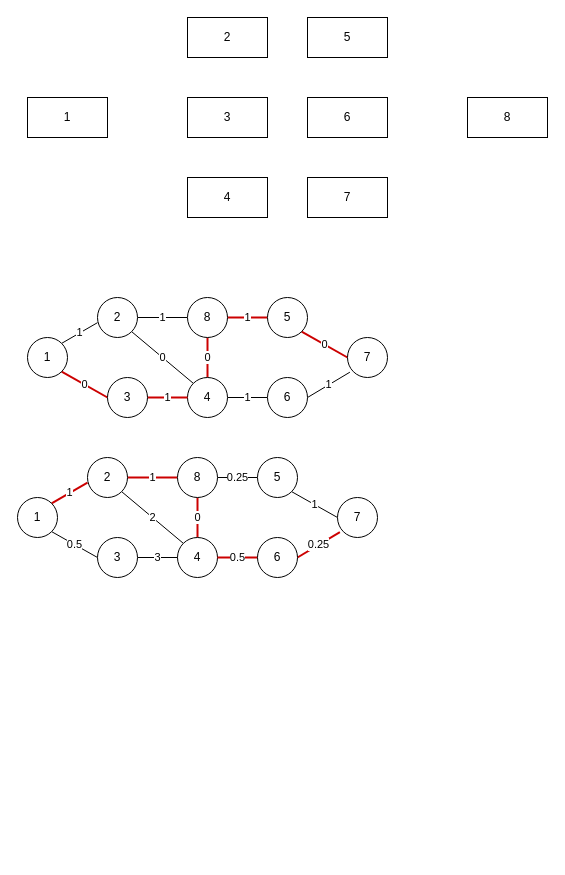
This is graph/ribs.drawio from Igorok/algorithms-js, a draw.io file, before an edit. Source tidied: cells renumbered, new cells numbered last; positions are measured from the earlier drawing's top-left corner, leaving out a move shared by most shapes. Both pictures are drawn from the tidied source at 100%, with x=0, y=0 at pixel (17, 17).
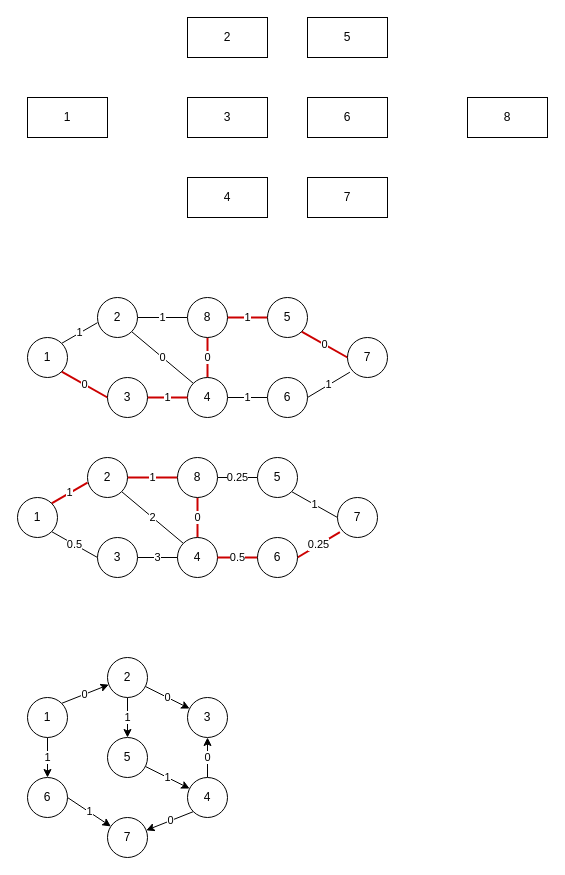
Above is the later version.

The edit, as a diff of the source:
```diff
@@
+    <mxCell id="47" value="0" style="edgeStyle=none;html=1;exitX=1;exitY=0;exitDx=0;exitDy=0;" parent="1" edge="1" source="49" target="55">
+      <mxGeometry relative="1" as="geometry" />
+    </mxCell>
+    <mxCell id="48" value="1" style="edgeStyle=none;html=1;exitX=0.5;exitY=1;exitDx=0;exitDy=0;" parent="1" edge="1" source="49" target="59">
+      <mxGeometry relative="1" as="geometry" />
+    </mxCell>
+    <mxCell id="49" value="1" style="ellipse;whiteSpace=wrap;html=1;" parent="1" vertex="1">
+      <mxGeometry x="10" y="680" width="40" height="40" as="geometry" />
+    </mxCell>
+    <mxCell id="50" value="0" style="edgeStyle=none;html=1;exitX=0.5;exitY=0;exitDx=0;exitDy=0;entryX=0.5;entryY=1;entryDx=0;entryDy=0;" parent="1" edge="1" source="52" target="61">
+      <mxGeometry relative="1" as="geometry" />
+    </mxCell>
+    <mxCell id="51" value="0" style="edgeStyle=none;html=1;exitX=0;exitY=1;exitDx=0;exitDy=0;" parent="1" edge="1" source="52" target="60">
+      <mxGeometry relative="1" as="geometry" />
+    </mxCell>
+    <mxCell id="52" value="4" style="ellipse;whiteSpace=wrap;html=1;" parent="1" vertex="1">
+      <mxGeometry x="170" y="760" width="40" height="40" as="geometry" />
+    </mxCell>
+    <mxCell id="53" value="1" style="edgeStyle=none;html=1;" parent="1" edge="1" source="55" target="57">
+      <mxGeometry relative="1" as="geometry" />
+    </mxCell>
+    <mxCell id="54" value="0" style="edgeStyle=none;html=1;" parent="1" edge="1" source="55" target="61">
+      <mxGeometry relative="1" as="geometry" />
+    </mxCell>
+    <mxCell id="55" value="2" style="ellipse;whiteSpace=wrap;html=1;" parent="1" vertex="1">
+      <mxGeometry x="90" y="640" width="40" height="40" as="geometry" />
+    </mxCell>
+    <mxCell id="56" value="1" style="edgeStyle=none;html=1;" parent="1" edge="1" source="57" target="52">
+      <mxGeometry relative="1" as="geometry" />
+    </mxCell>
+    <mxCell id="57" value="5" style="ellipse;whiteSpace=wrap;html=1;" parent="1" vertex="1">
+      <mxGeometry x="90" y="720" width="40" height="40" as="geometry" />
+    </mxCell>
+    <mxCell id="58" value="1" style="edgeStyle=none;html=1;exitX=1;exitY=0.5;exitDx=0;exitDy=0;" parent="1" edge="1" source="59" target="60">
+      <mxGeometry relative="1" as="geometry" />
+    </mxCell>
+    <mxCell id="59" value="6" style="ellipse;whiteSpace=wrap;html=1;" parent="1" vertex="1">
+      <mxGeometry x="10" y="760" width="40" height="40" as="geometry" />
+    </mxCell>
+    <mxCell id="60" value="7" style="ellipse;whiteSpace=wrap;html=1;" parent="1" vertex="1">
+      <mxGeometry x="90" y="800" width="40" height="40" as="geometry" />
+    </mxCell>
+    <mxCell id="61" value="3" style="ellipse;whiteSpace=wrap;html=1;" parent="1" vertex="1">
+      <mxGeometry x="170" y="680" width="40" height="40" as="geometry" />
+    </mxCell>
```
